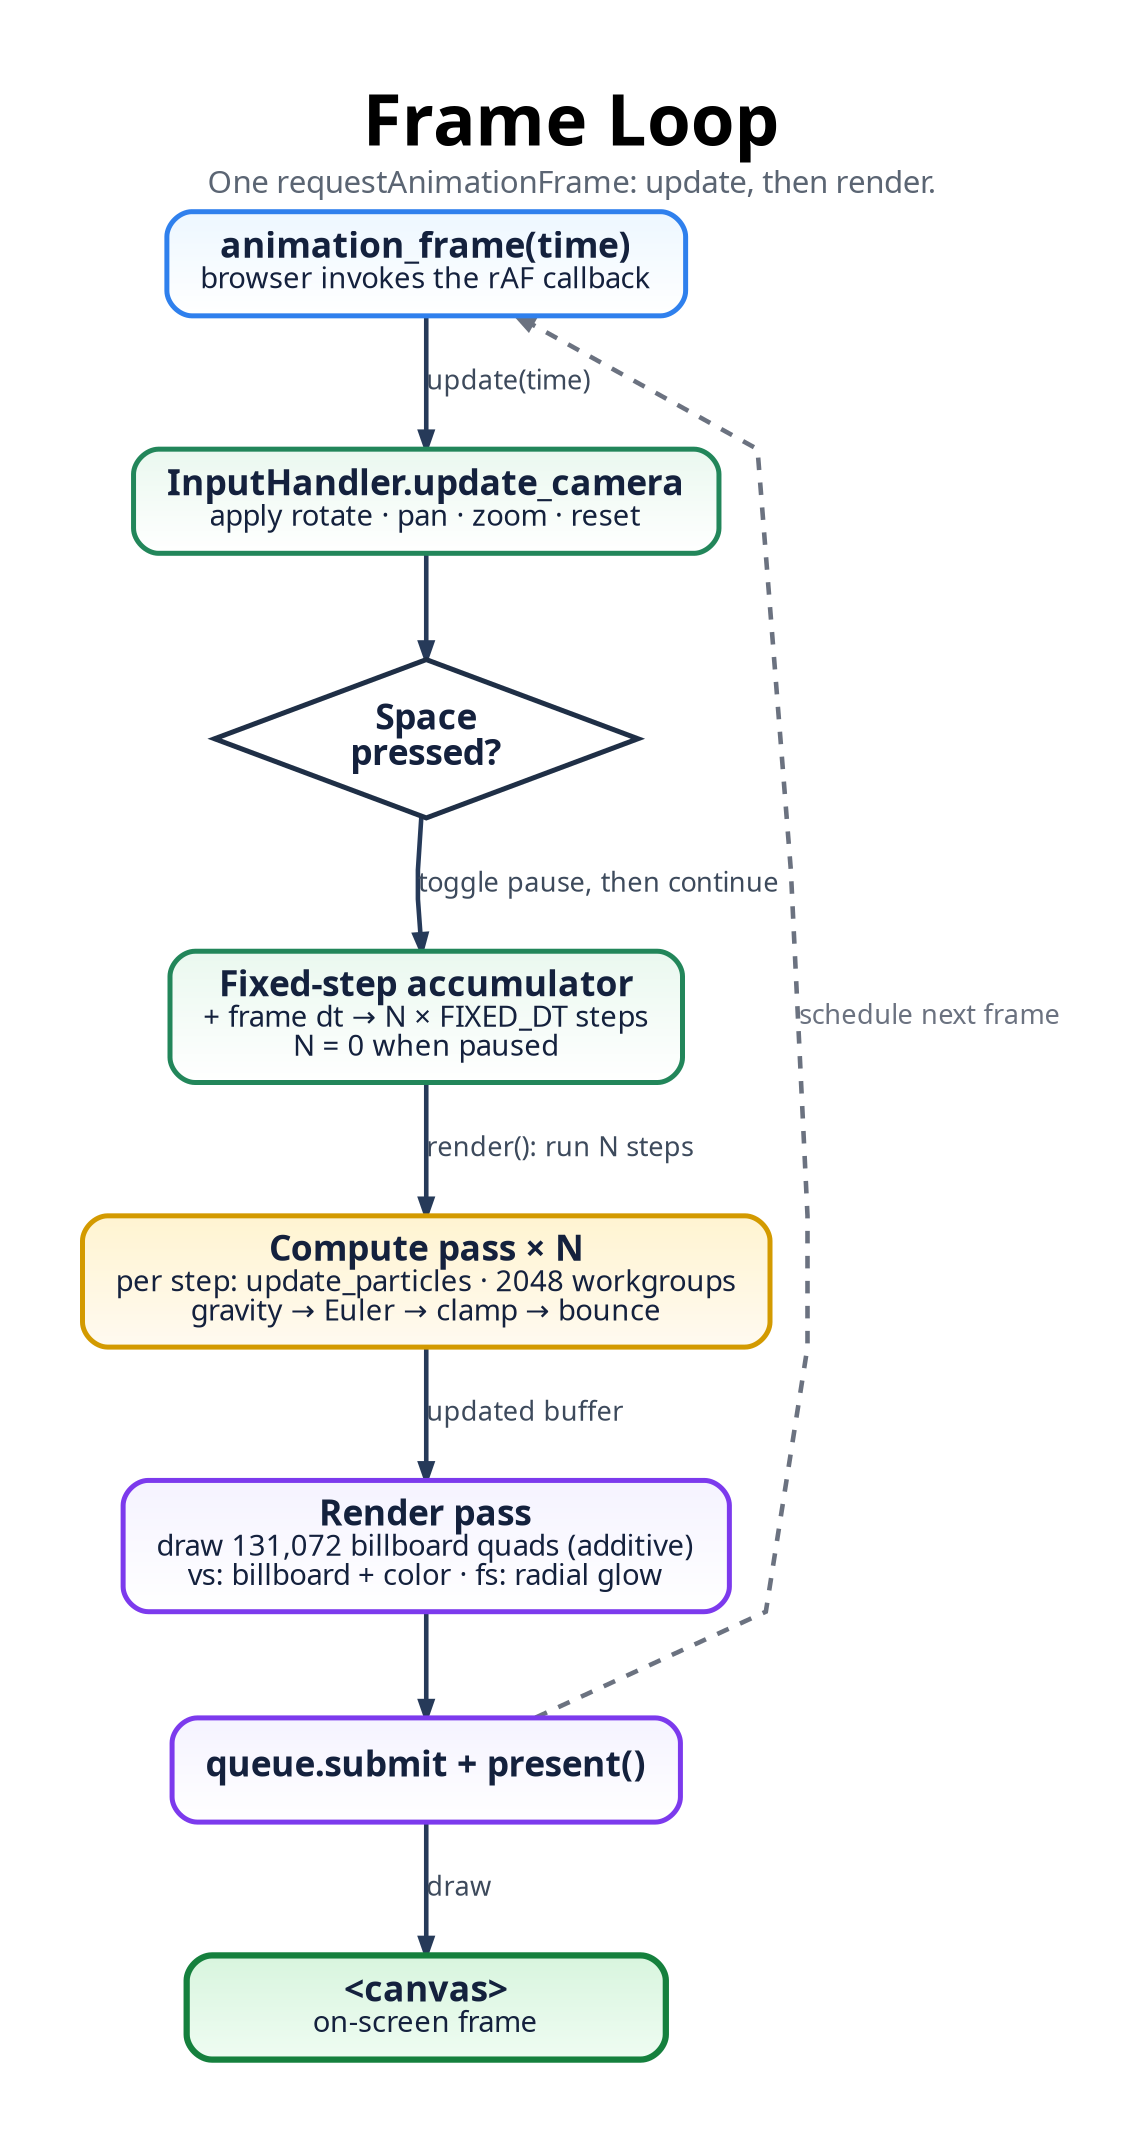
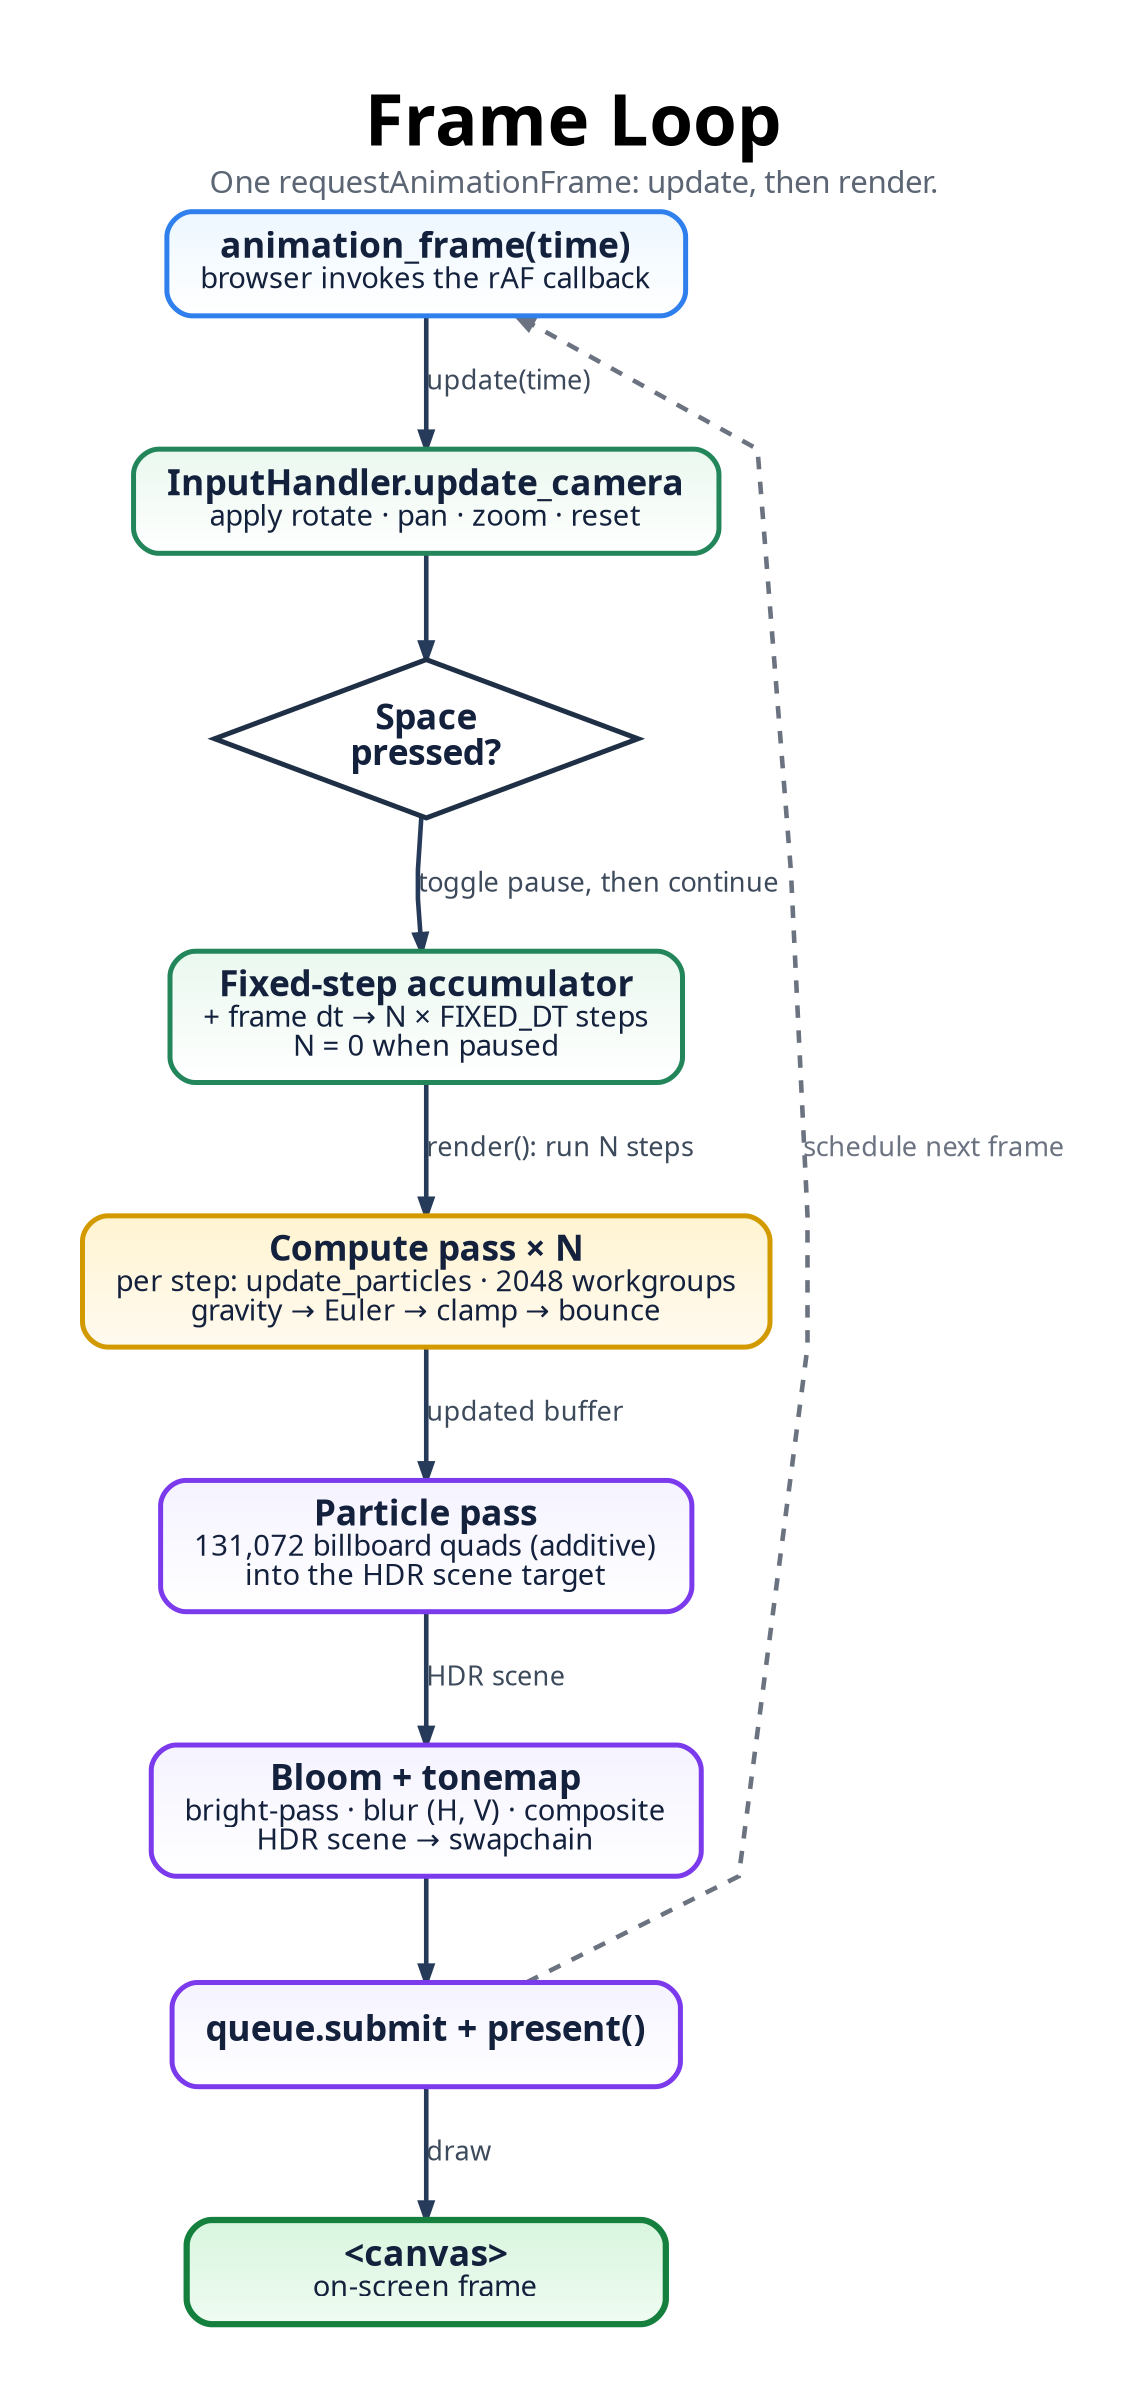
digraph FrameLoop {
  graph [
    rankdir=TB,
    bgcolor="#ffffff",
    pad="0.55",
    nodesep="0.5",
    ranksep="0.7",
    splines=polyline,
    outputorder=edgesfirst,
    newrank=true,
    forcelabels=true,
    fontname="Avenir",
    label=<
      <TABLE BORDER="0" CELLBORDER="0" CELLSPACING="0" CELLPADDING="0">
        <TR><TD><FONT POINT-SIZE="34"><B>Frame Loop</B></FONT></TD></TR>
        <TR><TD><FONT POINT-SIZE="15" COLOR="#5b6573">One requestAnimationFrame: update, then render.</FONT></TD></TR>
      </TABLE>
    >,
    labelloc=t,
    labeljust=c
  ];

  node [
    shape=box,
    style="rounded,filled",
    margin="0.22,0.13",
    width=3.2,
    height=0.7,
    fontname="Avenir",
    fontsize=17,
    penwidth=2.4,
    fontcolor="#14213d",
    color="#2264c7",
    fillcolor="#eaf3ff:#ffffff",
    gradientangle=270
  ];

  edge [
    color="#263a59",
    fontname="Avenir",
    fontsize=13,
    fontcolor="#3d4a5c",
    penwidth=2.2,
    arrowsize=0.8
  ];

  START [label=<<B>animation_frame(time)</B><BR/><FONT POINT-SIZE="14">browser invokes the rAF callback</FONT>>, fillcolor="#edf7ff:#ffffff", color="#2f80ed"];

  // update phase (green)
  U1 [label=<<B>InputHandler.update_camera</B><BR/><FONT POINT-SIZE="14">apply rotate · pan · zoom · reset</FONT>>, fillcolor="#eaf8ef:#ffffff", color="#22865a"];
  U2 [shape=diamond, style=filled, fillcolor="#ffffff", color="#1f2f46", penwidth=2.4, width=2.4, height=1.05, label=<<B>Space<BR/>pressed?</B>>];
  U3 [label=<<B>Fixed-step accumulator</B><BR/><FONT POINT-SIZE="14">+ frame dt → N × FIXED_DT steps<BR/>N = 0 when paused</FONT>>, fillcolor="#eaf8ef:#ffffff", color="#22865a"];

  // render phase
  CP [label=<<B>Compute pass × N</B><BR/><FONT POINT-SIZE="14">per step: update_particles · 2048 workgroups<BR/>gravity → Euler → clamp → bounce</FONT>>, fillcolor="#fff4d1:#fffaf0", color="#d39a00"];
-   RP [label=<<B>Render pass</B><BR/><FONT POINT-SIZE="14">draw 131,072 billboard quads (additive)<BR/>vs: billboard + color · fs: radial glow</FONT>>, fillcolor="#f5f3ff:#ffffff", color="#7c3aed"];
+   RP [label=<<B>Particle pass</B><BR/><FONT POINT-SIZE="14">131,072 billboard quads (additive)<BR/>into the HDR scene target</FONT>>, fillcolor="#f5f3ff:#ffffff", color="#7c3aed"];
+   BLOOM [label=<<B>Bloom + tonemap</B><BR/><FONT POINT-SIZE="14">bright-pass · blur (H, V) · composite<BR/>HDR scene → swapchain</FONT>>, fillcolor="#f5f3ff:#ffffff", color="#7c3aed"];
  PRES [label=<<B>queue.submit + present()</B>>, fillcolor="#f5f3ff:#ffffff", color="#7c3aed"];

  CANVAS [label=<<B>&lt;canvas&gt;</B><BR/><FONT POINT-SIZE="14">on-screen frame</FONT>>, fillcolor="#d8f5de:#effcf2", color="#15803d", penwidth=3.0];

  START -> U1 [label="update(time)"];
  U1 -> U2;
  U2 -> U3 [label="toggle pause, then continue"];
  U3 -> CP [label="render(): run N steps"];
  CP -> RP [label="updated buffer"];
-   RP -> PRES;
+   RP -> BLOOM [label="HDR scene"];
+   BLOOM -> PRES;
  PRES -> CANVAS [label="draw"];

  PRES -> START [label="schedule next frame", color="#6b7280", fontcolor="#6b7280", style=dashed, constraint=false];
}
